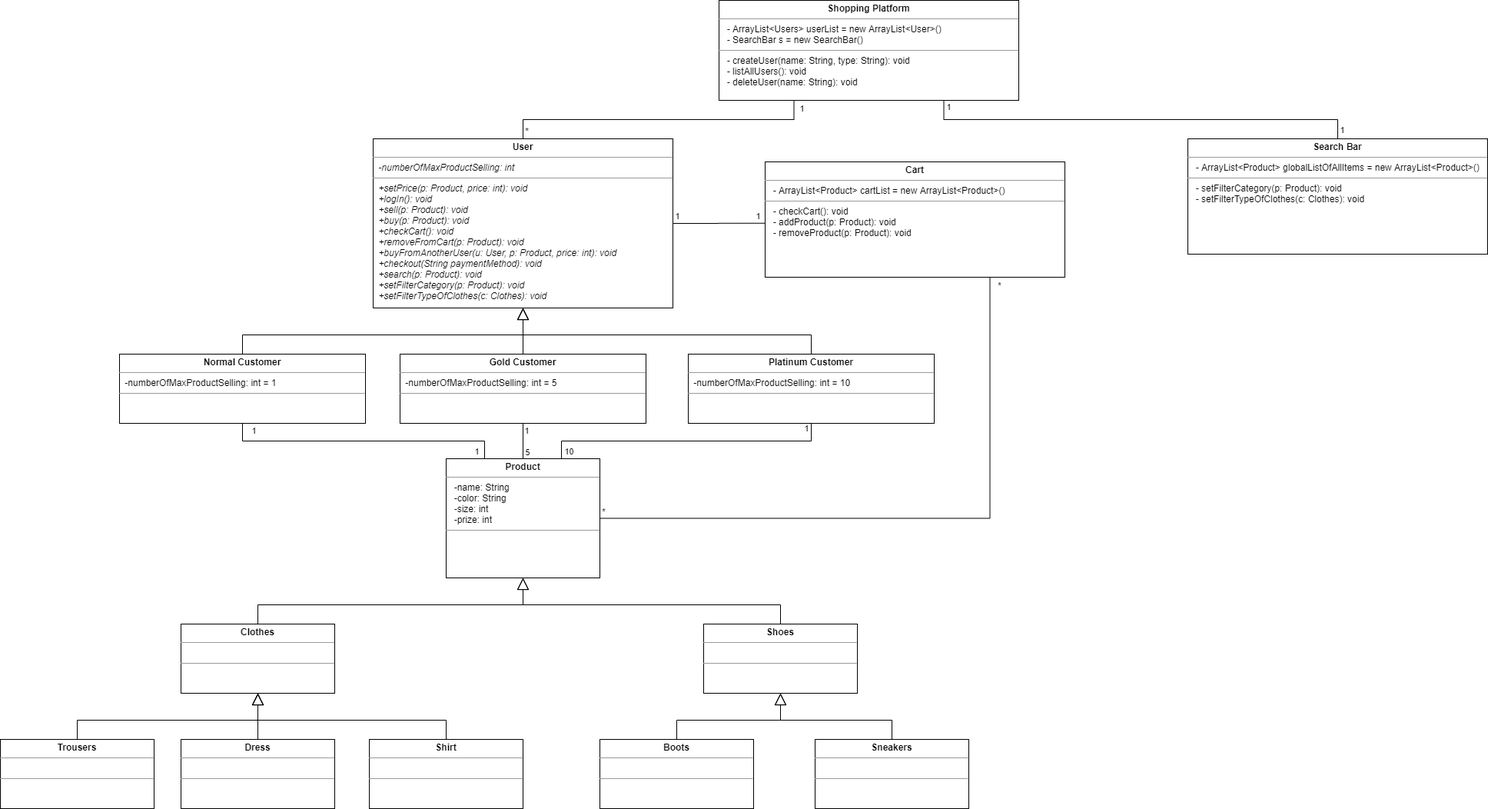
Above: SoftCon2020_Assignment_6/ShoppingSW/UML_Diagram.png in HuberNicolas/swc-group38 (draw.io), before the change. Source tidied: cells renumbered, new cells last; positions are measured from the earlier drawing's top-left corner, leaving out a move shared by most shapes.
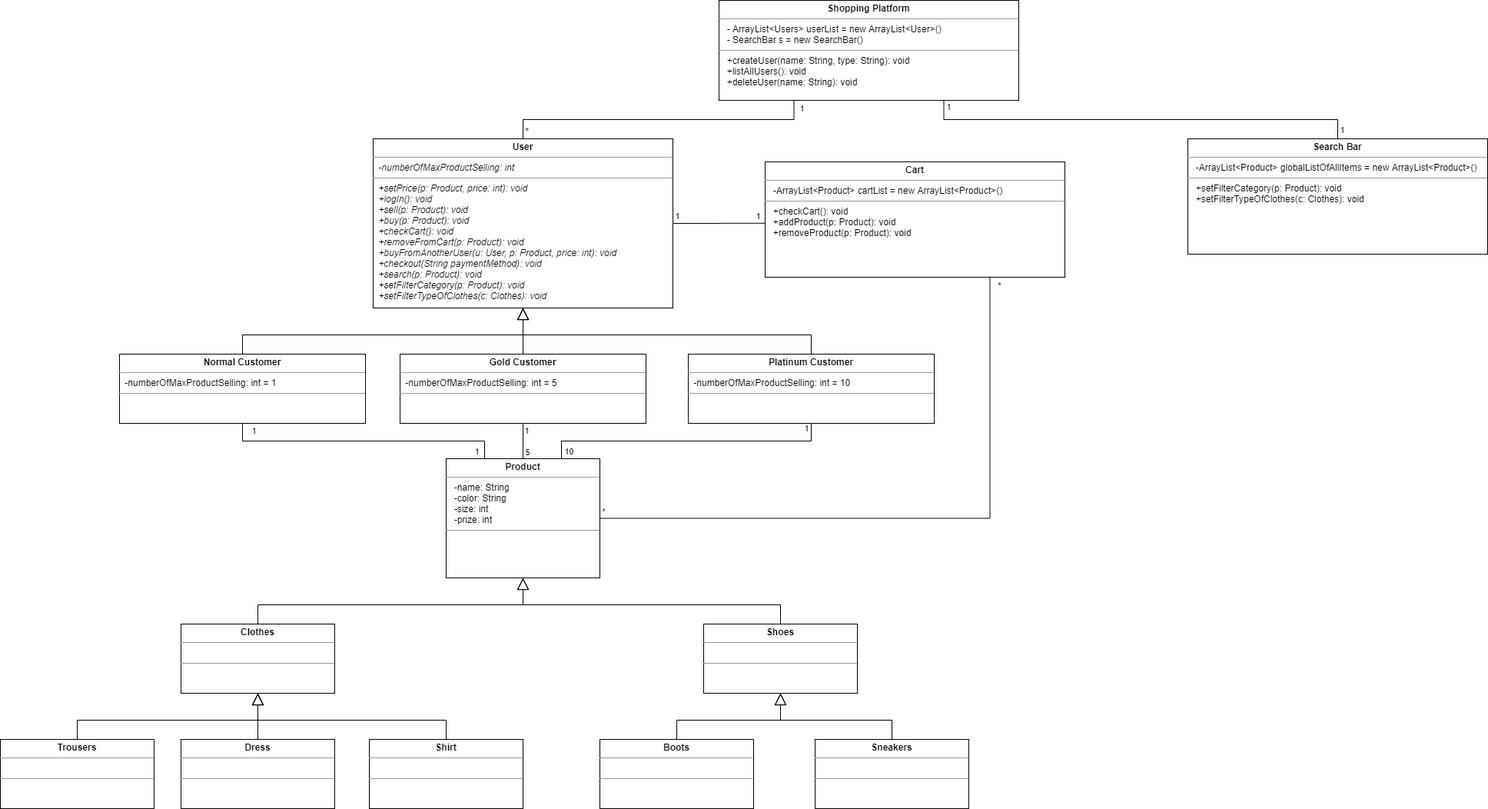
The same file after the commit.

What changed in the source:
```diff
@@ -28,7 +28,7 @@
     <mxCell id="7" value="&lt;p style=&quot;margin: 0px ; margin-top: 4px ; text-align: center&quot;&gt;&lt;b&gt;User&lt;/b&gt;&lt;/p&gt;&lt;hr size=&quot;1&quot;&gt;&lt;p style=&quot;margin: 0px ; margin-left: 4px&quot;&gt;&lt;i&gt;&amp;nbsp;-numberOfMaxProductSelling: int&lt;/i&gt;&lt;/p&gt;&lt;hr size=&quot;1&quot;&gt;&lt;p style=&quot;margin: 0px ; margin-left: 4px&quot;&gt;&lt;i&gt;&amp;nbsp;+setPrice(p: Product, price: int): void&lt;/i&gt;&lt;/p&gt;&lt;p style=&quot;margin: 0px ; margin-left: 4px&quot;&gt;&lt;i&gt;&amp;nbsp;+logIn(): void&lt;/i&gt;&lt;/p&gt;&lt;p style=&quot;margin: 0px ; margin-left: 4px&quot;&gt;&lt;i&gt;&amp;nbsp;+sell(p: Product): void&lt;/i&gt;&lt;/p&gt;&lt;p style=&quot;margin: 0px ; margin-left: 4px&quot;&gt;&lt;i&gt;&amp;nbsp;+buy(p: Product): void&lt;/i&gt;&lt;/p&gt;&lt;p style=&quot;margin: 0px ; margin-left: 4px&quot;&gt;&lt;i&gt;&amp;nbsp;+checkCart(): void&lt;/i&gt;&lt;/p&gt;&lt;p style=&quot;margin: 0px ; margin-left: 4px&quot;&gt;&lt;i&gt;&amp;nbsp;+removeFromCart(p: Product): void&lt;/i&gt;&lt;/p&gt;&lt;p style=&quot;margin: 0px ; margin-left: 4px&quot;&gt;&lt;i&gt;&amp;nbsp;+buyFromAnotherUser(u: User, p: Product, price: int): void&lt;/i&gt;&lt;/p&gt;&lt;p style=&quot;margin: 0px ; margin-left: 4px&quot;&gt;&lt;i&gt;&amp;nbsp;+checkout(String paymentMethod): void&lt;/i&gt;&lt;/p&gt;&lt;p style=&quot;margin: 0px ; margin-left: 4px&quot;&gt;&lt;i&gt;&amp;nbsp;+search(p: Product): void&lt;/i&gt;&lt;/p&gt;&lt;p style=&quot;margin: 0px ; margin-left: 4px&quot;&gt;&lt;i&gt;&amp;nbsp;+setFilterCategory(p: Product): void&lt;/i&gt;&lt;/p&gt;&lt;p style=&quot;margin: 0px ; margin-left: 4px&quot;&gt;&lt;/p&gt;&lt;p style=&quot;margin: 0px ; margin-left: 4px&quot;&gt;&lt;i&gt;&amp;nbsp;+setFilterTypeOfClothes(c: Clothes): void&lt;/i&gt;&lt;/p&gt;" style="verticalAlign=top;align=left;overflow=fill;fontSize=12;fontFamily=Helvetica;html=1;" parent="1" vertex="1">
       <mxGeometry x="485" y="180" width="390" height="220" as="geometry" />
     </mxCell>
-    <mxCell id="8" value="&lt;p style=&quot;margin: 0px ; margin-top: 4px ; text-align: center&quot;&gt;&lt;b&gt;Search Bar&lt;/b&gt;&lt;/p&gt;&lt;hr size=&quot;1&quot;&gt;&lt;p style=&quot;margin: 0px ; margin-left: 4px&quot;&gt;&amp;nbsp; - ArrayList&amp;lt;Product&amp;gt; globalListOfAllItems = new ArrayList&amp;lt;Product&amp;gt;()&lt;br&gt;&lt;/p&gt;&lt;hr size=&quot;1&quot;&gt;&lt;p style=&quot;margin: 0px ; margin-left: 4px&quot;&gt;&amp;nbsp; - setFilterCategory(p: Product): void&lt;/p&gt;&lt;p style=&quot;margin: 0px ; margin-left: 4px&quot;&gt;&amp;nbsp; - setFilterTypeOfClothes(c: Clothes): void&lt;/p&gt;" style="verticalAlign=top;align=left;overflow=fill;fontSize=12;fontFamily=Helvetica;html=1;" parent="1" vertex="1">
+    <mxCell id="8" value="&lt;p style=&quot;margin: 0px ; margin-top: 4px ; text-align: center&quot;&gt;&lt;b&gt;Search Bar&lt;/b&gt;&lt;/p&gt;&lt;hr size=&quot;1&quot;&gt;&lt;p style=&quot;margin: 0px ; margin-left: 4px&quot;&gt;&amp;nbsp; -ArrayList&amp;lt;Product&amp;gt; globalListOfAllItems = new ArrayList&amp;lt;Product&amp;gt;()&lt;br&gt;&lt;/p&gt;&lt;hr size=&quot;1&quot;&gt;&lt;p style=&quot;margin: 0px ; margin-left: 4px&quot;&gt;&amp;nbsp; +setFilterCategory(p: Product): void&lt;/p&gt;&lt;p style=&quot;margin: 0px ; margin-left: 4px&quot;&gt;&amp;nbsp; +setFilterTypeOfClothes(c: Clothes): void&lt;/p&gt;" style="verticalAlign=top;align=left;overflow=fill;fontSize=12;fontFamily=Helvetica;html=1;" parent="1" vertex="1">
       <mxGeometry x="1545" y="180" width="390" height="150" as="geometry" />
     </mxCell>
     <mxCell id="9" style="edgeStyle=orthogonalEdgeStyle;rounded=0;jettySize=auto;html=1;exitX=0.5;exitY=0;exitDx=0;exitDy=0;entryX=0.5;entryY=1;entryDx=0;entryDy=0;endArrow=block;endFill=0;strokeWidth=1;endSize=13;" parent="1" edge="1" source="13" target="7">
@@ -101,7 +101,7 @@
         <mxPoint x="2" y="1.5" as="offset" />
       </mxGeometry>
     </mxCell>
-    <mxCell id="27" value="&lt;p style=&quot;margin: 0px ; margin-top: 4px ; text-align: center&quot;&gt;&lt;b&gt;Shopping Platform&lt;/b&gt;&lt;/p&gt;&lt;hr size=&quot;1&quot;&gt;&lt;p style=&quot;margin: 0px ; margin-left: 4px&quot;&gt;&amp;nbsp; - ArrayList&amp;lt;Users&amp;gt; userList = new ArrayList&amp;lt;User&amp;gt;()&lt;/p&gt;&lt;p style=&quot;margin: 0px ; margin-left: 4px&quot;&gt;&amp;nbsp; - SearchBar s = new SearchBar()&lt;/p&gt;&lt;hr size=&quot;1&quot;&gt;&lt;p style=&quot;margin: 0px ; margin-left: 4px&quot;&gt;&amp;nbsp;&lt;span&gt;&amp;nbsp;- createUser(name: String, type: String): void&lt;/span&gt;&lt;/p&gt;&lt;p style=&quot;margin: 0px ; margin-left: 4px&quot;&gt;&amp;nbsp; - listAllUsers(): void&lt;/p&gt;&lt;p style=&quot;margin: 0px ; margin-left: 4px&quot;&gt;&amp;nbsp; - deleteUser(name: String): void&lt;/p&gt;" style="verticalAlign=top;align=left;overflow=fill;fontSize=12;fontFamily=Helvetica;html=1;" parent="1" vertex="1">
+    <mxCell id="27" value="&lt;p style=&quot;margin: 0px ; margin-top: 4px ; text-align: center&quot;&gt;&lt;b&gt;Shopping Platform&lt;/b&gt;&lt;/p&gt;&lt;hr size=&quot;1&quot;&gt;&lt;p style=&quot;margin: 0px ; margin-left: 4px&quot;&gt;&amp;nbsp; - ArrayList&amp;lt;Users&amp;gt; userList = new ArrayList&amp;lt;User&amp;gt;()&lt;/p&gt;&lt;p style=&quot;margin: 0px ; margin-left: 4px&quot;&gt;&amp;nbsp; - SearchBar s = new SearchBar()&lt;/p&gt;&lt;hr size=&quot;1&quot;&gt;&lt;p style=&quot;margin: 0px ; margin-left: 4px&quot;&gt;&amp;nbsp;&lt;span&gt;&amp;nbsp;+createUser(name: String, type: String): void&lt;/span&gt;&lt;/p&gt;&lt;p style=&quot;margin: 0px ; margin-left: 4px&quot;&gt;&amp;nbsp; +listAllUsers(): void&lt;/p&gt;&lt;p style=&quot;margin: 0px ; margin-left: 4px&quot;&gt;&amp;nbsp; +deleteUser(name: String): void&lt;/p&gt;" style="verticalAlign=top;align=left;overflow=fill;fontSize=12;fontFamily=Helvetica;html=1;" parent="1" vertex="1">
       <mxGeometry x="935" width="390" height="130" as="geometry" />
     </mxCell>
     <mxCell id="28" value="&lt;p style=&quot;margin: 0px ; margin-top: 4px ; text-align: center&quot;&gt;&lt;b&gt;Product&lt;/b&gt;&lt;/p&gt;&lt;hr size=&quot;1&quot;&gt;&lt;p style=&quot;margin: 0px ; margin-left: 4px&quot;&gt;&amp;nbsp; -name: String&lt;/p&gt;&lt;p style=&quot;margin: 0px ; margin-left: 4px&quot;&gt;&amp;nbsp; -color: String&lt;/p&gt;&lt;p style=&quot;margin: 0px ; margin-left: 4px&quot;&gt;&amp;nbsp; -size: int&lt;/p&gt;&lt;p style=&quot;margin: 0px ; margin-left: 4px&quot;&gt;&amp;nbsp; -prize: int&lt;/p&gt;&lt;hr size=&quot;1&quot;&gt;&lt;p style=&quot;margin: 0px ; margin-left: 4px&quot;&gt;&lt;br&gt;&lt;/p&gt;" style="verticalAlign=top;align=left;overflow=fill;fontSize=12;fontFamily=Helvetica;html=1;" parent="1" vertex="1">
@@ -170,7 +170,7 @@
         <mxPoint x="-1.7" y="-7.5" as="offset" />
       </mxGeometry>
     </mxCell>
-    <mxCell id="46" value="&lt;p style=&quot;margin: 0px ; margin-top: 4px ; text-align: center&quot;&gt;&lt;b&gt;Cart&lt;/b&gt;&lt;/p&gt;&lt;hr size=&quot;1&quot;&gt;&lt;p style=&quot;margin: 0px ; margin-left: 4px&quot;&gt;&amp;nbsp; - ArrayList&amp;lt;Product&amp;gt; cartList = new ArrayList&amp;lt;Product&amp;gt;()&lt;br&gt;&lt;/p&gt;&lt;hr size=&quot;1&quot;&gt;&lt;p style=&quot;margin: 0px ; margin-left: 4px&quot;&gt;&amp;nbsp; - checkCart(): void&lt;/p&gt;&lt;p style=&quot;margin: 0px ; margin-left: 4px&quot;&gt;&amp;nbsp; - addProduct(p: Product): void&lt;/p&gt;&lt;p style=&quot;margin: 0px ; margin-left: 4px&quot;&gt;&amp;nbsp; - removeProduct(p: Product): void&lt;/p&gt;" style="verticalAlign=top;align=left;overflow=fill;fontSize=12;fontFamily=Helvetica;html=1;" parent="1" vertex="1">
+    <mxCell id="46" value="&lt;p style=&quot;margin: 0px ; margin-top: 4px ; text-align: center&quot;&gt;&lt;b&gt;Cart&lt;/b&gt;&lt;/p&gt;&lt;hr size=&quot;1&quot;&gt;&lt;p style=&quot;margin: 0px ; margin-left: 4px&quot;&gt;&amp;nbsp; -ArrayList&amp;lt;Product&amp;gt; cartList = new ArrayList&amp;lt;Product&amp;gt;()&lt;br&gt;&lt;/p&gt;&lt;hr size=&quot;1&quot;&gt;&lt;p style=&quot;margin: 0px ; margin-left: 4px&quot;&gt;&amp;nbsp; +checkCart(): void&lt;/p&gt;&lt;p style=&quot;margin: 0px ; margin-left: 4px&quot;&gt;&amp;nbsp; +addProduct(p: Product): void&lt;/p&gt;&lt;p style=&quot;margin: 0px ; margin-left: 4px&quot;&gt;&amp;nbsp; +removeProduct(p: Product): void&lt;/p&gt;" style="verticalAlign=top;align=left;overflow=fill;fontSize=12;fontFamily=Helvetica;html=1;" parent="1" vertex="1">
       <mxGeometry x="995" y="210" width="390" height="150" as="geometry" />
     </mxCell>
     <mxCell id="47" value="*" style="text;html=1;align=center;verticalAlign=middle;" parent="1" vertex="1">
```
